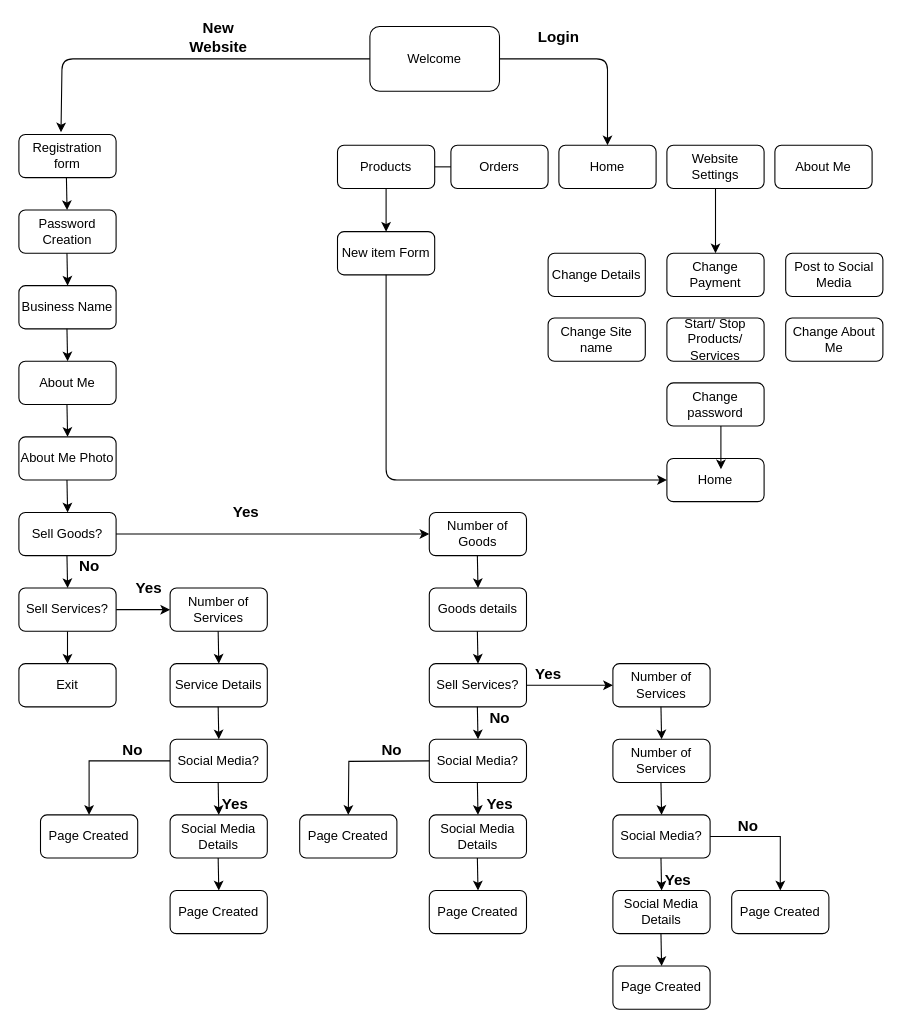
willdonlan8/test keeps this draw.io diagram as app_eng_updated.drawio. Above is the earlier version. Source tidied: cells renumbered, new cells numbered last; positions are measured from the earlier drawing's top-left corner, leaving out a move shared by most shapes. Both pictures are drawn from the tidied source at 108%, with x=0, y=0 at pixel (18, 26).
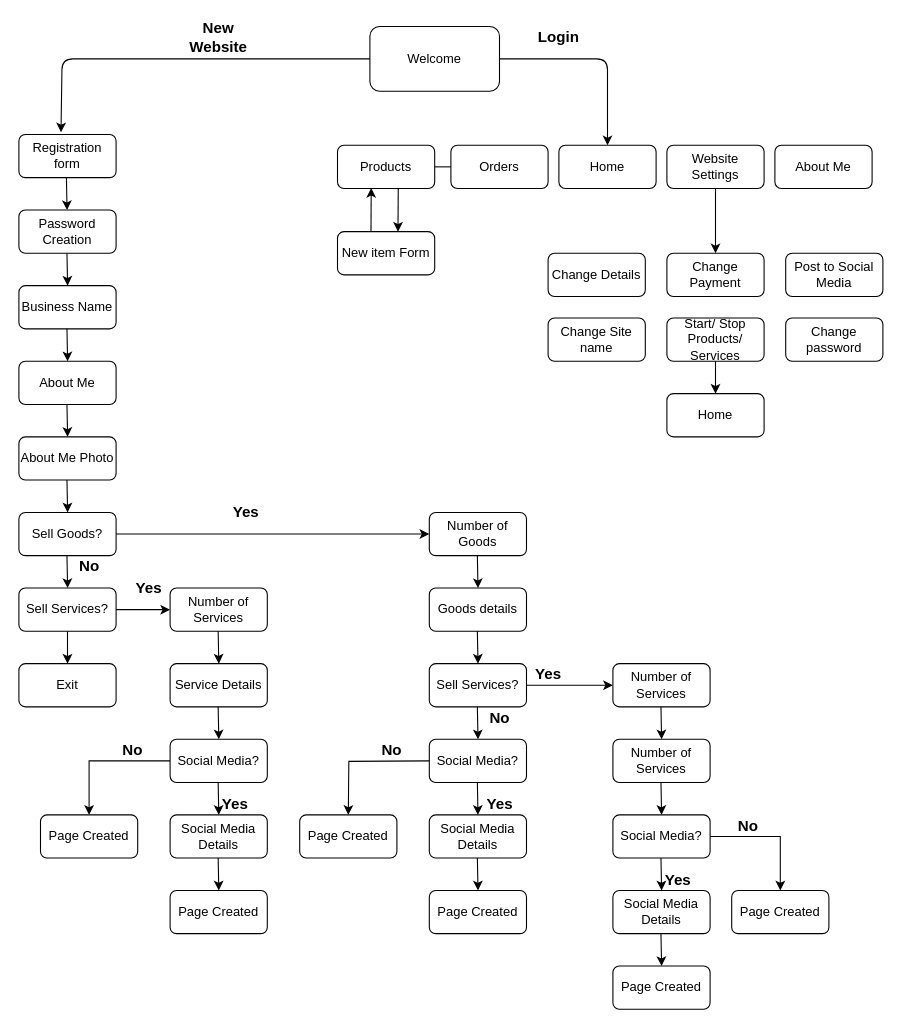
Above is the later version.

Unchanged cells that the change refers to:
```xml
<mxCell id="72" value="Products" style="rounded=1;whiteSpace=wrap;html=1;" parent="1" vertex="1">
  <mxGeometry x="295" y="110" width="90" height="40" as="geometry" />
</mxCell>
<mxCell id="76" value="New item Form" style="rounded=1;whiteSpace=wrap;html=1;" parent="1" vertex="1">
  <mxGeometry x="295" y="190" width="90" height="40" as="geometry" />
</mxCell>
<mxCell id="81" value="Start/ Stop Products/ Services" style="rounded=1;whiteSpace=wrap;html=1;" parent="1" vertex="1">
  <mxGeometry x="600" y="270" width="90" height="40" as="geometry" />
</mxCell>
```

The edit, as a diff of the source:
```diff
@@
     <mxCell id="79" value="Change password" style="rounded=1;whiteSpace=wrap;html=1;" parent="1" vertex="1">
-      <mxGeometry x="600" y="330" width="90" height="40" as="geometry" />
+      <mxGeometry x="710" y="270" width="90" height="40" as="geometry" />
     </mxCell>
-    <mxCell id="80" value="Change About Me" style="rounded=1;whiteSpace=wrap;html=1;" parent="1" vertex="1">
-      <mxGeometry x="710" y="270" width="90" height="40" as="geometry" />
-    </mxCell>
@@
     <mxCell id="84" value="Home" style="rounded=1;whiteSpace=wrap;html=1;" parent="1" vertex="1">
-      <mxGeometry x="600" y="400" width="90" height="40" as="geometry" />
+      <mxGeometry x="600" y="340" width="90" height="40" as="geometry" />
     </mxCell>
-    <mxCell id="85" style="endArrow=classic;html=1;exitX=0.5;exitY=1;exitDx=0;exitDy=0;entryX=0;entryY=0.5;entryDx=0;entryDy=0;" parent="1" edge="1" source="76" target="84">
-      <mxGeometry relative="1" as="geometry">
-        <Array as="points">
-          <mxPoint x="340" y="420" />
-        </Array>
-      </mxGeometry>
-    </mxCell>
-    <mxCell id="86" style="endArrow=classic;html=1;exitX=0.5;exitY=1;exitDx=0;exitDy=0;" parent="1" edge="1" source="72" target="76">
-      <mxGeometry relative="1" as="geometry" />
+    <mxCell id="86" style="endArrow=classic;html=1;exitX=0.625;exitY=1.013;exitDx=0;exitDy=0;exitPerimeter=0;" parent="1" edge="1" source="72">
+      <mxGeometry relative="1" as="geometry">
+        <mxPoint x="351" y="190" as="targetPoint" />
+      </mxGeometry>
     </mxCell>
@@
-    <mxCell id="89" style="endArrow=classic;html=1;entryX=0.556;entryY=0.25;entryDx=0;entryDy=0;entryPerimeter=0;" parent="1" edge="1" target="84">
-      <mxGeometry relative="1" as="geometry">
-        <mxPoint x="650" y="370" as="sourcePoint" />
-      </mxGeometry>
-    </mxCell>
+    <mxCell id="90" style="endArrow=classic;html=1;entryX=0.347;entryY=0.988;entryDx=0;entryDy=0;entryPerimeter=0;" parent="1" edge="1" target="72">
+      <mxGeometry relative="1" as="geometry">
+        <mxPoint x="326" y="190" as="sourcePoint" />
+      </mxGeometry>
+    </mxCell>
+    <mxCell id="91" style="endArrow=classic;html=1;" parent="1" edge="1" source="81" target="84">
+      <mxGeometry relative="1" as="geometry" />
+    </mxCell>
```
